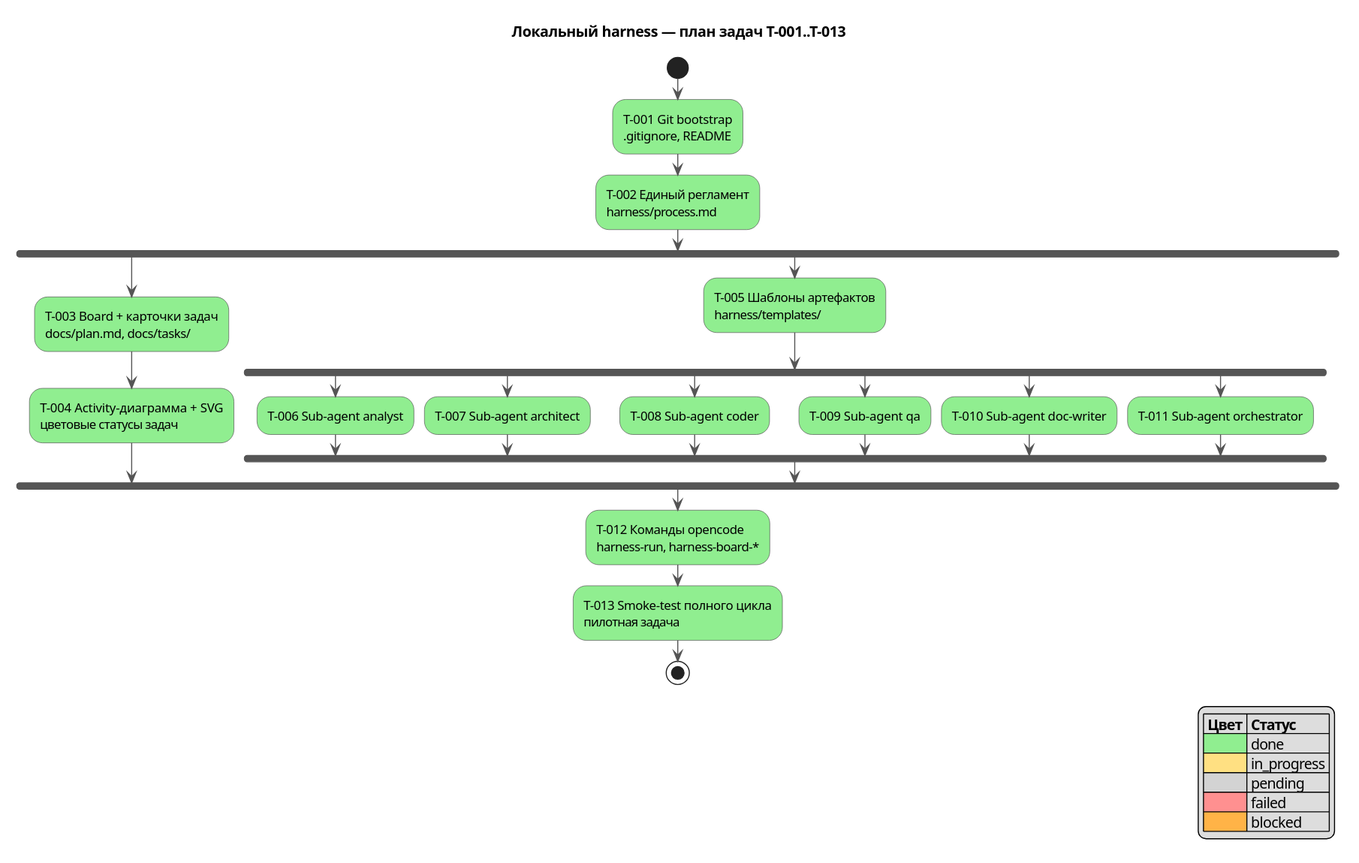
The PlantUML diagram docs/activity.svg in serge-sasov/harness, before a commit.
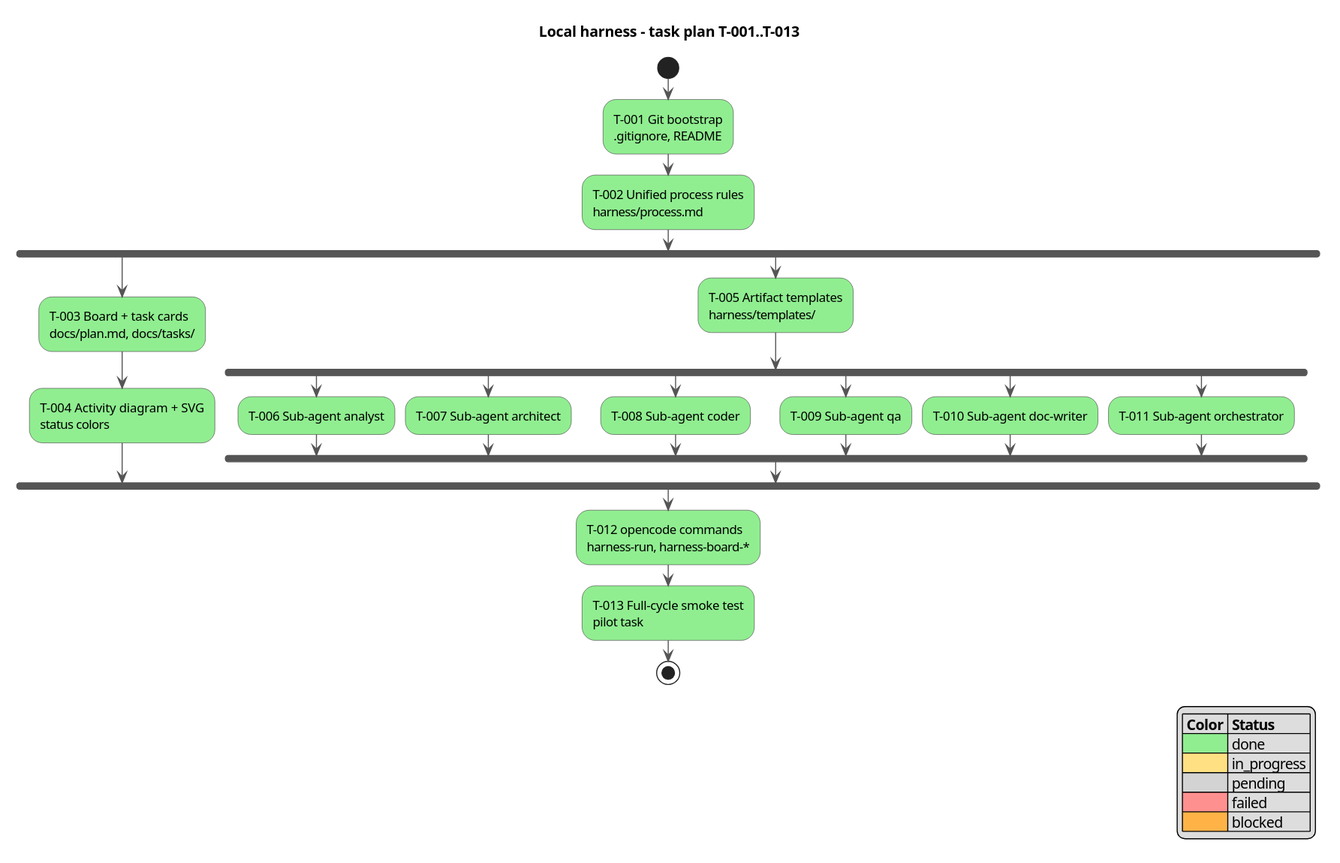
The same diagram one commit later.

Diff of the diagram source:
```diff
@@ -3,16 +3,16 @@
 skinparam ActivityBackgroundColor #FFFFFF
 skinparam ActivityBorderColor #555555
 skinparam ArrowColor #555555
-title Локальный harness — план задач T-001..T-013
+title Local harness - task plan T-001..T-013
 
 start
 :T-001 Git bootstrap\n.gitignore, README; <<#90EE90>>
-:T-002 Единый регламент\nharness/process.md; <<#90EE90>>
+:T-002 Unified process rules\nharness/process.md; <<#90EE90>>
 fork
-  :T-003 Board + карточки задач\ndocs/plan.md, docs/tasks/; <<#90EE90>>
-  :T-004 Activity-диаграмма + SVG\nцветовые статусы задач; <<#90EE90>>
+  :T-003 Board + task cards\ndocs/plan.md, docs/tasks/; <<#90EE90>>
+  :T-004 Activity diagram + SVG\nstatus colors; <<#90EE90>>
 fork again
-  :T-005 Шаблоны артефактов\nharness/templates/; <<#90EE90>>
+  :T-005 Artifact templates\nharness/templates/; <<#90EE90>>
   fork
     :T-006 Sub-agent analyst; <<#90EE90>>
   fork again
@@ -27,12 +27,12 @@
     :T-011 Sub-agent orchestrator; <<#90EE90>>
   end fork
 end fork
-:T-012 Команды opencode\nharness-run, harness-board-*; <<#90EE90>>
-:T-013 Smoke-test полного цикла\nпилотная задача; <<#90EE90>>
+:T-012 opencode commands\nharness-run, harness-board-*; <<#90EE90>>
+:T-013 Full-cycle smoke test\npilot task; <<#90EE90>>
 stop
 
 legend right
-|= Цвет |= Статус |
+|= Color |= Status |
 |<#90EE90>| done |
 |<#FFE082>| in_progress |
 |<#D3D3D3>| pending |
```
